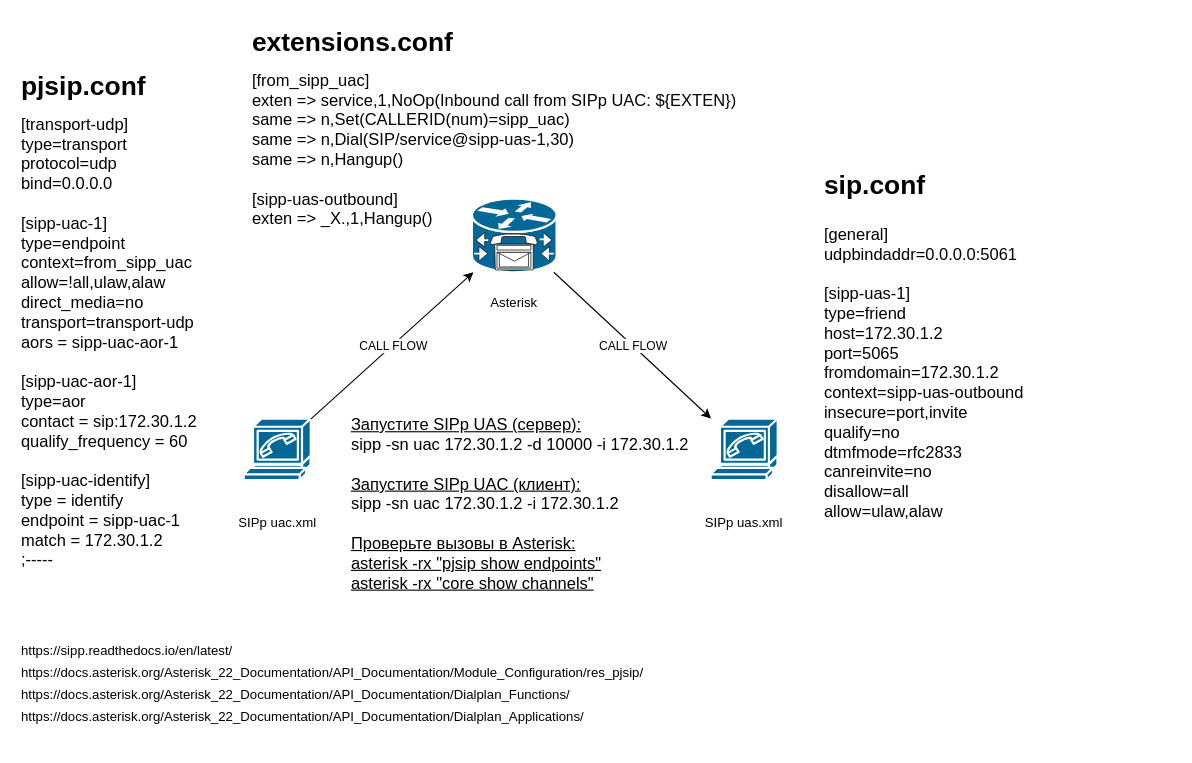
This is LAB1-2xSIPp-1xAsterisk.drawio from sysadminlab/voip, a draw.io file, before an edit. Source tidied: cells renumbered, new cells numbered last; positions are measured from the earlier drawing's top-left corner, leaving out a move shared by most shapes. Both pictures are drawn from the tidied source at 110%, with x=0, y=0 at pixel (19, 19).
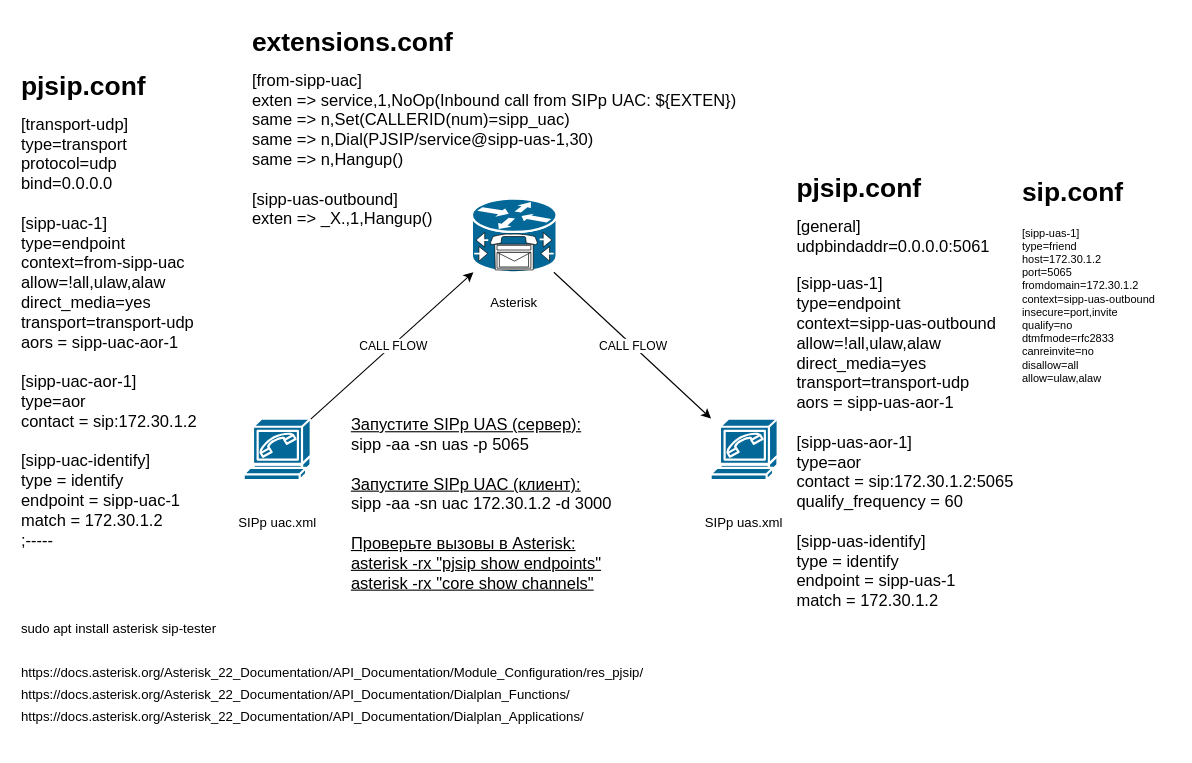
The same diagram, later.

The edit, as a diff of the source:
```diff
@@
-    <mxCell id="12" value="[from_sipp_uac]&lt;br&gt;exten =&amp;gt; service,1,NoOp(Inbound call from SIPp UAC: ${EXTEN})&lt;br&gt;same =&amp;gt; n,Set(CALLERID(num)=sipp_uac)&lt;br&gt;same =&amp;gt; n,Dial(SIP/service@sipp-uas-1,30)&lt;br&gt;same =&amp;gt; n,Hangup()&lt;br&gt;&lt;br&gt;[sipp-uas-outbound]&lt;br&gt;exten =&amp;gt; _X.,1,Hangup()&lt;br&gt;&lt;div&gt;&lt;br&gt;&lt;/div&gt;" style="text;html=1;whiteSpace=wrap;overflow=hidden;rounded=0;fontSize=15;" parent="1" vertex="1">
+    <mxCell id="12" value="[from-sipp-uac]&lt;br&gt;exten =&amp;gt; service,1,NoOp(Inbound call from SIPp UAC: ${EXTEN})&lt;br&gt;same =&amp;gt; n,Set(CALLERID(num)=sipp_uac)&lt;br&gt;same =&amp;gt; n,Dial(PJSIP/service@sipp-uas-1,30)&lt;br&gt;same =&amp;gt; n,Hangup()&lt;br&gt;&lt;br&gt;[sipp-uas-outbound]&lt;br&gt;exten =&amp;gt; _X.,1,Hangup()&lt;br&gt;&lt;div&gt;&lt;br&gt;&lt;/div&gt;" style="text;html=1;whiteSpace=wrap;overflow=hidden;rounded=0;fontSize=15;" parent="1" vertex="1">
       <mxGeometry x="210" y="40" width="460.5" height="170" as="geometry" />
     </mxCell>
-    <mxCell id="13" value="&lt;div&gt;[transport-udp]&lt;br&gt;type=transport&lt;br&gt;protocol=udp&lt;br&gt;bind=0.0.0.0&lt;/div&gt;&lt;div&gt;&lt;br&gt;&lt;/div&gt;&lt;div&gt;[sipp-uac-1]&lt;/div&gt;type=endpoint&lt;br&gt;context=from_sipp_uac&lt;br&gt;allow=!all,ulaw,alaw&lt;br&gt;direct_media=no&lt;br&gt;transport=transport-udp&lt;br&gt;aors = sipp-uac-aor-1&lt;br&gt;&lt;br&gt;[sipp-uac-aor-1]&lt;br&gt;type=aor&lt;br&gt;contact = sip:172.30.1.2&lt;br&gt;qualify_frequency = 60&lt;br&gt;&lt;br&gt;[sipp-uac-identify]&lt;br&gt;type = identify&lt;br&gt;endpoint = sipp-uac-1&lt;br&gt;&lt;div&gt;match = 172.30.1.2&lt;/div&gt;&lt;div&gt;;-----&lt;/div&gt;&lt;div&gt;&lt;br&gt;&lt;/div&gt;" style="text;html=1;whiteSpace=wrap;overflow=hidden;rounded=0;fontSize=15;" parent="1" vertex="1">
+    <mxCell id="13" value="&lt;div&gt;[transport-udp]&lt;br&gt;type=transport&lt;br&gt;protocol=udp&lt;br&gt;bind=0.0.0.0&lt;/div&gt;&lt;div&gt;&lt;br&gt;&lt;/div&gt;&lt;div&gt;[sipp-uac-1]&lt;/div&gt;type=endpoint&lt;br&gt;context=from-sipp-uac&lt;br&gt;allow=!all,ulaw,alaw&lt;br&gt;direct_media=yes&lt;br&gt;transport=transport-udp&lt;br&gt;aors = sipp-uac-aor-1&lt;br&gt;&lt;br&gt;[sipp-uac-aor-1]&lt;br&gt;type=aor&lt;br&gt;contact = sip:172.30.1.2&lt;br&gt;&lt;br&gt;[sipp-uac-identify]&lt;br&gt;type = identify&lt;br&gt;endpoint = sipp-uac-1&lt;br&gt;&lt;div&gt;match = 172.30.1.2&lt;/div&gt;&lt;div&gt;;-----&lt;/div&gt;&lt;div&gt;&lt;br&gt;&lt;/div&gt;" style="text;html=1;whiteSpace=wrap;overflow=hidden;rounded=0;fontSize=15;" parent="1" vertex="1">
       <mxGeometry y="80" width="200" height="440" as="geometry" />
     </mxCell>
-    <mxCell id="14" value="&lt;div&gt;[general]&lt;/div&gt;&lt;div&gt;udpbindaddr=0.0.0.0:5061&lt;/div&gt;&lt;div&gt;&lt;br&gt;&lt;/div&gt;&lt;div&gt;[sipp-uas-1]&lt;/div&gt;type=friend&lt;br&gt;host=172.30.1.2&lt;br&gt;port=5065&lt;br&gt;fromdomain=172.30.1.2&lt;br&gt;context=sipp-uas-outbound&lt;br&gt;insecure=port,invite&lt;br&gt;qualify=no&lt;br&gt;dtmfmode=rfc2833&lt;br&gt;canreinvite=no&lt;br&gt;disallow=all&lt;br&gt;allow=ulaw,alaw" style="text;html=1;whiteSpace=wrap;overflow=hidden;rounded=0;fontSize=15;" parent="1" vertex="1">
-      <mxGeometry x="730" y="180" width="220" height="327" as="geometry" />
+    <mxCell id="14" value="&lt;div&gt;[sipp-uas-1]&lt;/div&gt;type=friend&lt;br&gt;host=172.30.1.2&lt;br&gt;port=5065&lt;br&gt;fromdomain=172.30.1.2&lt;br&gt;context=sipp-uas-outbound&lt;br&gt;insecure=port,invite&lt;br&gt;qualify=no&lt;br&gt;dtmfmode=rfc2833&lt;br&gt;canreinvite=no&lt;br&gt;disallow=all&lt;br&gt;allow=ulaw,alaw" style="text;html=1;whiteSpace=wrap;overflow=hidden;rounded=0;fontSize=10;" parent="1" vertex="1">
+      <mxGeometry x="910" y="182" width="140" height="236" as="geometry" />
     </mxCell>
-    <mxCell id="15" value="&lt;u&gt;Запустите SIPp UAS (сервер):&lt;br&gt;&lt;/u&gt;sipp -sn uac 172.30.1.2 -d 10000 -i 172.30.1.2&lt;u&gt;&lt;br&gt;&lt;br&gt;Запустите SIPp UAC (клиент):&lt;br&gt;&lt;/u&gt;sipp -sn uac 172.30.1.2 -i 172.30.1.2&lt;u&gt;&lt;br&gt;&lt;br&gt;Проверьте вызовы в Asterisk:&lt;br&gt;asterisk -rx &quot;pjsip show endpoints&quot;&lt;br&gt;asterisk -rx &quot;core show channels&quot;&lt;/u&gt;" style="text;whiteSpace=wrap;html=1;fontSize=15;" parent="1" vertex="1">
+    <mxCell id="15" value="&lt;u&gt;Запустите SIPp UAS (сервер):&lt;br&gt;&lt;/u&gt;sipp -aa -sn uas -p 5065&lt;br&gt;&lt;u&gt;&lt;br&gt;&lt;/u&gt;&lt;div&gt;&lt;u&gt;Запустите SIPp UAC (клиент):&lt;/u&gt;&lt;/div&gt;&lt;div&gt;sipp -aa -sn uac 172.30.1.2 -d 3000&lt;/div&gt;&lt;u&gt;&lt;br&gt;Проверьте вызовы в Asterisk:&lt;br&gt;asterisk -rx &quot;pjsip show endpoints&quot;&lt;br&gt;asterisk -rx &quot;core show channels&quot;&lt;/u&gt;" style="text;whiteSpace=wrap;html=1;fontSize=15;" parent="1" vertex="1">
       <mxGeometry x="300" y="353" width="340.5" height="187" as="geometry" />
     </mxCell>
@@
-    <mxCell id="17" value="&lt;h1 style=&quot;margin-top: 0px;&quot;&gt;sip.conf&lt;/h1&gt;" style="text;whiteSpace=wrap;html=1;" parent="1" vertex="1">
-      <mxGeometry x="730" y="130" width="150" height="70" as="geometry" />
+    <mxCell id="17" value="&lt;h1 style=&quot;margin-top: 0px;&quot;&gt;sip.conf&lt;/h1&gt;" style="text;whiteSpace=wrap;html=1;fontSize=12;" parent="1" vertex="1">
+      <mxGeometry x="910" y="137" width="120" height="36" as="geometry" />
     </mxCell>
@@
-    <mxCell id="22" value="https://sipp.readthedocs.io/en/latest/" style="text;whiteSpace=wrap;" parent="1" vertex="1">
-      <mxGeometry y="560" width="230" height="40" as="geometry" />
+    <mxCell id="22" value="sudo apt install asterisk sip-tester" style="text;whiteSpace=wrap;" parent="1" vertex="1">
+      <mxGeometry y="540" width="230" height="40" as="geometry" />
     </mxCell>
+    <mxCell id="23" value="&lt;div&gt;[general]&lt;/div&gt;&lt;div&gt;udpbindaddr=0.0.0.0:5061&lt;/div&gt;&lt;div&gt;&lt;br&gt;&lt;/div&gt;" style="text;whiteSpace=wrap;html=1;fontSize=15;" parent="1" vertex="1">
+      <mxGeometry x="705" y="173" width="170" height="70" as="geometry" />
+    </mxCell>
+    <mxCell id="24" value="[sipp-uas-1]&#10;type=endpoint&#10;context=sipp-uas-outbound&#10;allow=!all,ulaw,alaw&#10;direct_media=yes&#10;transport=transport-udp&#10;aors = sipp-uas-aor-1&#10;&#10;[sipp-uas-aor-1]&#10;type=aor&#10;contact = sip:172.30.1.2:5065&#10;qualify_frequency = 60&#10;&#10;[sipp-uas-identify]&#10;type = identify&#10;endpoint = sipp-uas-1&#10;match = 172.30.1.2" style="text;whiteSpace=wrap;fontSize=15;" parent="1" vertex="1">
+      <mxGeometry x="705" y="224.5" width="305" height="361.5" as="geometry" />
+    </mxCell>
+    <mxCell id="25" value="&lt;h1 style=&quot;margin-top: 0px;&quot;&gt;pjsip.conf&lt;/h1&gt;" style="text;whiteSpace=wrap;html=1;" parent="1" vertex="1">
+      <mxGeometry x="705" y="133" width="150" height="30" as="geometry" />
+    </mxCell>
```
